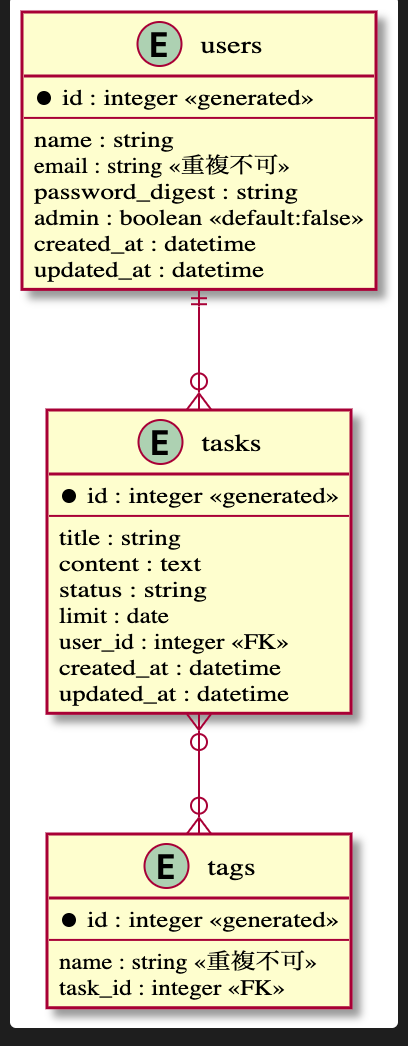
Earlier version of the PlantUML export docs/er.png (missyu3/task_management). Its source is kept beside it as docs/er.puml. Source of this version:
```plantuml
@startuml


entity "users" {
  * id : integer <<generated>>
  --
  name : string
  email : string <<重複不可>>
  password_digest : string
  admin : boolean <<default:false>>
  created_at : datetime
  updated_at : datetime
}

entity "tasks" {
  * id : integer <<generated>>
  --
  title : string
  content : text
  status : string
  limit : date
  user_id : integer <<FK>>
  created_at : datetime
  updated_at : datetime
}

entity "tags" {
  * id : integer <<generated>>
  --
  name : string <<重複不可>>
  task_id : integer <<FK>>
}

users ||--o{ tasks
tasks }o--o{ tags

@enduml
```
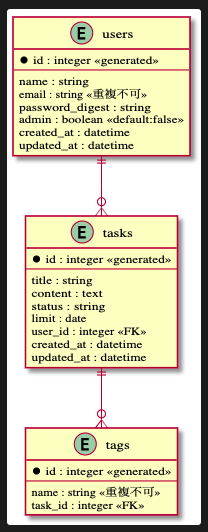
After the commit.

The edit, as a diff of the source:
```diff
@@ -32,6 +32,6 @@
 }
 
 users ||--o{ tasks
-tasks }o--o{ tags
+tasks ||--o{ tags
 
 @enduml
```
